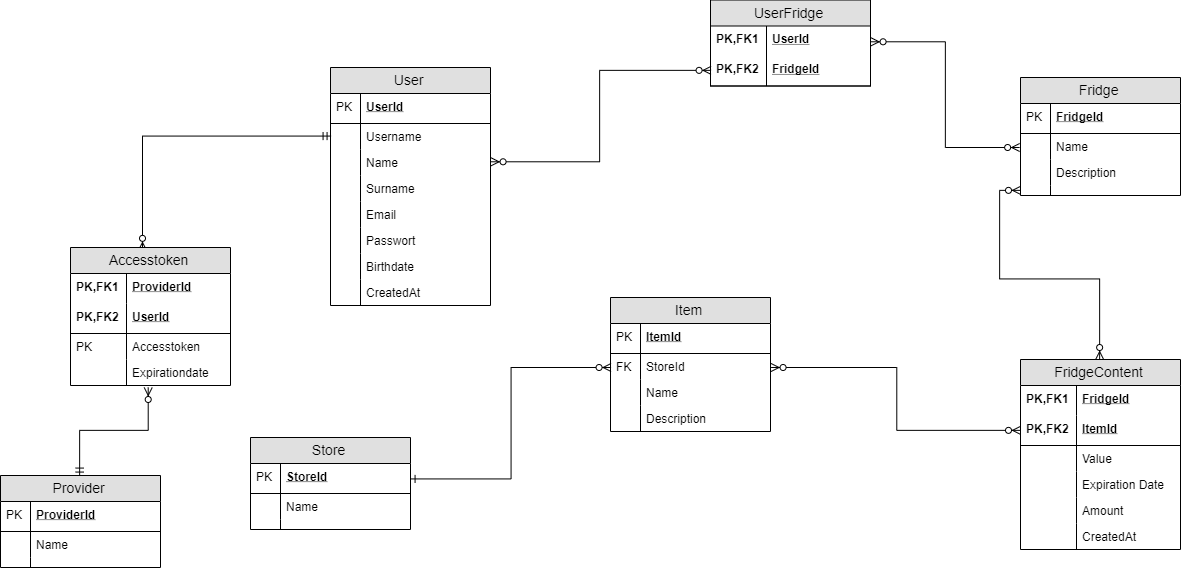
The draw.io diagram documentation/database/Fridgify_Tables.png in Fridgify/Fridgify, before a commit. Source tidied: cells renumbered, new cells last; positions are measured from the earlier drawing's top-left corner, leaving out a move shared by most shapes.
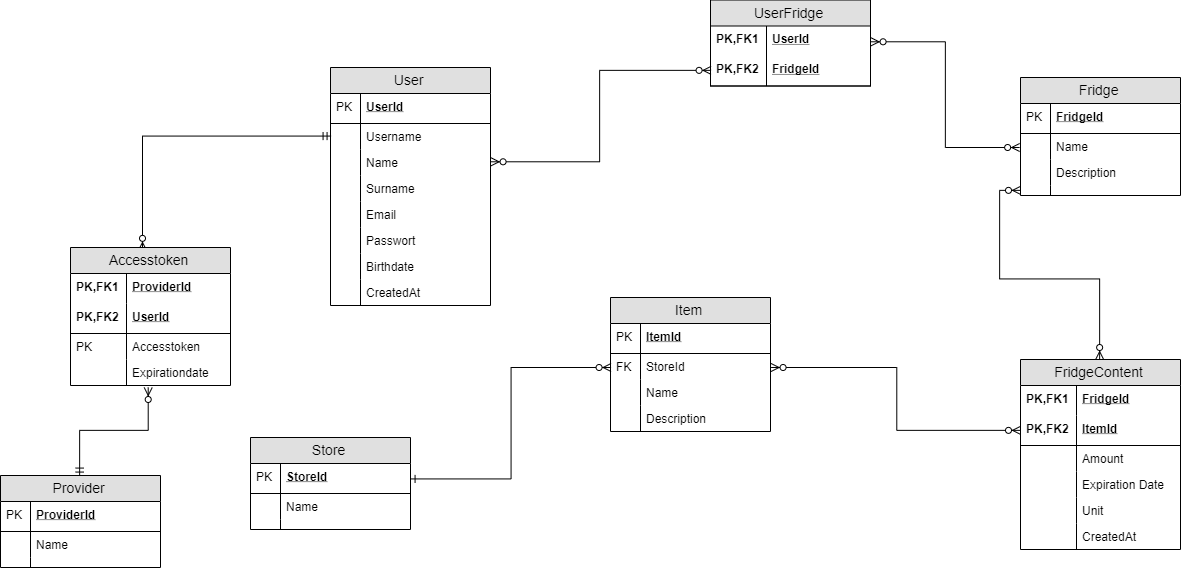
The same file after the commit.

Commit message:
add unit to table structure

The edit, as a diff of the source:
```diff
@@ -137,7 +137,7 @@
     <mxCell id="46" value="PK,FK2" style="shape=partialRectangle;fontStyle=1;top=0;left=0;bottom=0;fillColor=none;align=left;verticalAlign=middle;spacingLeft=4;spacingRight=4;overflow=hidden;fontSize=12;" parent="45" vertex="1">
       <mxGeometry width="56" height="30" as="geometry" />
     </mxCell>
-    <mxCell id="47" value="Value" style="shape=partialRectangle;top=0;left=0;right=0;bottom=0;align=left;verticalAlign=top;fillColor=none;spacingLeft=60;spacingRight=4;overflow=hidden;fontSize=12;" parent="42" vertex="1">
+    <mxCell id="47" value="Amount" style="shape=partialRectangle;top=0;left=0;right=0;bottom=0;align=left;verticalAlign=top;fillColor=none;spacingLeft=60;spacingRight=4;overflow=hidden;fontSize=12;" parent="42" vertex="1">
       <mxGeometry y="86" width="160" height="26" as="geometry" />
     </mxCell>
     <mxCell id="48" style="shape=partialRectangle;top=0;left=0;bottom=0;fillColor=none;align=left;verticalAlign=top;spacingLeft=4;spacingRight=4;overflow=hidden;fontSize=12;" parent="47" vertex="1">
@@ -149,7 +149,7 @@
     <mxCell id="50" style="shape=partialRectangle;top=0;left=0;bottom=0;fillColor=none;align=left;verticalAlign=top;spacingLeft=4;spacingRight=4;overflow=hidden;fontSize=12;" parent="49" vertex="1">
       <mxGeometry width="56" height="26" as="geometry" />
     </mxCell>
-    <mxCell id="51" value="Amount" style="shape=partialRectangle;top=0;left=0;right=0;bottom=0;align=left;verticalAlign=top;fillColor=none;spacingLeft=60;spacingRight=4;overflow=hidden;fontSize=12;" parent="42" vertex="1">
+    <mxCell id="51" value="Unit" style="shape=partialRectangle;top=0;left=0;right=0;bottom=0;align=left;verticalAlign=top;fillColor=none;spacingLeft=60;spacingRight=4;overflow=hidden;fontSize=12;" parent="42" vertex="1">
       <mxGeometry y="138" width="160" height="26" as="geometry" />
     </mxCell>
     <mxCell id="52" style="shape=partialRectangle;top=0;left=0;bottom=0;fillColor=none;align=left;verticalAlign=top;spacingLeft=4;spacingRight=4;overflow=hidden;fontSize=12;" parent="51" vertex="1">
```
